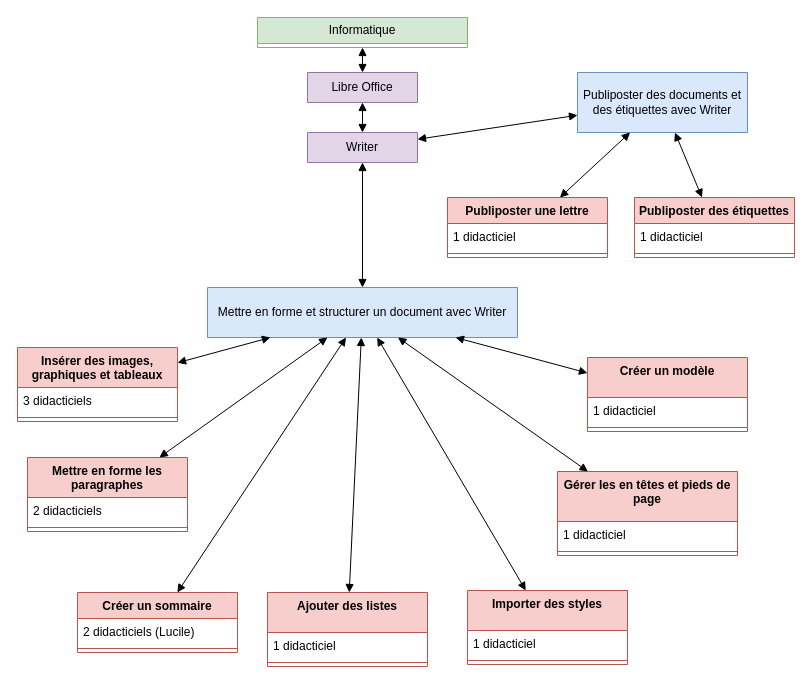
Above: Impress.drawio in jean-seb-2106/pythontest (draw.io), before the change. Source tidied: cells renumbered, new cells numbered last; positions are measured from the earlier drawing's top-left corner, leaving out a move shared by most shapes. Both pictures are drawn from the tidied source at 100%, with x=0, y=0 at pixel (17, 17).
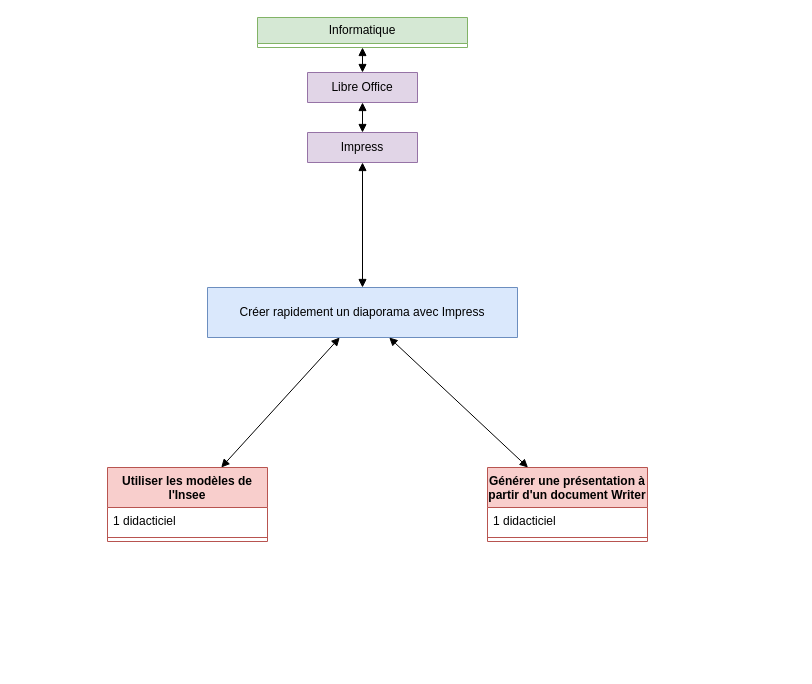
The same page after the edit.

Commit message:
Mettre à jour Impress.drawio

Change to the diagram source:
```diff
@@
-    <mxCell id="2" value="Writer" style="swimlane;fontStyle=0;horizontal=1;startSize=30;fillColor=#e1d5e7;whiteSpace=wrap;html=1;strokeColor=#9673a6;" parent="1" vertex="1" collapsed="1">
+    <mxCell id="2" value="Impress" style="swimlane;fontStyle=0;horizontal=1;startSize=30;fillColor=#e1d5e7;whiteSpace=wrap;html=1;strokeColor=#9673a6;" parent="1" vertex="1" collapsed="1">
       <mxGeometry x="290" y="115" width="110" height="30" as="geometry" />
     </mxCell>
@@
-    <mxCell id="5" value="Publiposter des documents et des étiquettes avec Writer" style="swimlane;fontStyle=0;horizontal=1;startSize=60;fillColor=#dae8fc;whiteSpace=wrap;html=1;strokeColor=#6c8ebf;" parent="1" vertex="1" collapsed="1">
-      <mxGeometry x="560" y="55" width="170" height="60" as="geometry" />
-    </mxCell>
-    <mxCell id="6" style="endArrow=block;startArrow=block;endFill=1;startFill=1;html=1;rounded=0;" parent="1" edge="1" source="2" target="5">
-      <mxGeometry relative="1" as="geometry" />
-    </mxCell>
-    <mxCell id="7" value="Mettre en forme et structurer un document avec Writer" style="swimlane;fontStyle=0;horizontal=1;startSize=50;fillColor=#dae8fc;whiteSpace=wrap;html=1;strokeColor=#6c8ebf;" parent="1" vertex="1" collapsed="1">
+    <mxCell id="7" value="Créer rapidement un diaporama avec Impress" style="swimlane;fontStyle=0;horizontal=1;startSize=50;fillColor=#dae8fc;whiteSpace=wrap;html=1;strokeColor=#6c8ebf;" parent="1" vertex="1" collapsed="1">
       <mxGeometry x="190" y="270" width="310" height="50" as="geometry" />
     </mxCell>
@@
-    <mxCell id="11" style="endArrow=block;startArrow=block;endFill=1;startFill=1;html=1;rounded=0;" parent="1" edge="1" source="5" target="13">
-      <mxGeometry relative="1" as="geometry" />
-    </mxCell>
-    <mxCell id="12" style="endArrow=block;startArrow=block;endFill=1;startFill=1;html=1;rounded=0;" parent="1" edge="1" source="5" target="16">
-      <mxGeometry relative="1" as="geometry" />
-    </mxCell>
-    <mxCell id="13" value="Publiposter une lettre" style="swimlane;fontStyle=1;align=center;verticalAlign=top;horizontal=1;startSize=26;whiteSpace=wrap;html=1;fillColor=#f8cecc;strokeColor=#b85450;" parent="1" vertex="1">
-      <mxGeometry x="430" y="180" width="160" height="60" as="geometry" />
-    </mxCell>
-    <mxCell id="14" value="1 didacticiel" style="text;strokeColor=none;fillColor=none;align=left;verticalAlign=top;spacingLeft=4;spacingRight=4;overflow=hidden;whiteSpace=wrap;html=1;" parent="13" vertex="1">
-      <mxGeometry y="26" width="160" height="26" as="geometry" />
-    </mxCell>
-    <mxCell id="15" style="line;strokeWidth=1;fillColor=none;align=left;verticalAlign=middle;spacingTop=-1;spacingLeft=3;spacingRight=3;labelPosition=right;strokeColor=inherit;" parent="13" vertex="1">
-      <mxGeometry y="52" width="160" height="8" as="geometry" />
-    </mxCell>
-    <mxCell id="16" value="Publiposter des étiquettes" style="swimlane;fontStyle=1;align=center;verticalAlign=top;horizontal=1;startSize=26;whiteSpace=wrap;html=1;fillColor=#f8cecc;strokeColor=#b85450;" parent="1" vertex="1">
-      <mxGeometry x="617" y="180" width="160" height="60" as="geometry" />
-    </mxCell>
-    <mxCell id="17" value="1 didacticiel" style="text;strokeColor=none;fillColor=none;align=left;verticalAlign=top;spacingLeft=4;spacingRight=4;overflow=hidden;whiteSpace=wrap;html=1;" parent="16" vertex="1">
-      <mxGeometry y="26" width="160" height="26" as="geometry" />
-    </mxCell>
-    <mxCell id="18" style="line;strokeWidth=1;fillColor=none;align=left;verticalAlign=middle;spacingTop=-1;spacingLeft=3;spacingRight=3;labelPosition=right;strokeColor=inherit;" parent="16" vertex="1">
-      <mxGeometry y="52" width="160" height="8" as="geometry" />
-    </mxCell>
-    <mxCell id="19" value="Créer un sommaire" style="swimlane;fontStyle=1;align=center;verticalAlign=top;horizontal=1;startSize=26;whiteSpace=wrap;html=1;fillColor=#f8cecc;strokeColor=#b85450;" parent="1" vertex="1">
-      <mxGeometry x="60" y="575" width="160" height="60" as="geometry" />
-    </mxCell>
-    <mxCell id="20" value="2 didacticiels (Lucile)" style="text;strokeColor=none;fillColor=none;align=left;verticalAlign=top;spacingLeft=4;spacingRight=4;overflow=hidden;whiteSpace=wrap;html=1;" parent="19" vertex="1">
-      <mxGeometry y="26" width="160" height="26" as="geometry" />
-    </mxCell>
-    <mxCell id="21" style="line;strokeWidth=1;fillColor=none;align=left;verticalAlign=middle;spacingTop=-1;spacingLeft=3;spacingRight=3;labelPosition=right;strokeColor=inherit;" parent="19" vertex="1">
-      <mxGeometry y="52" width="160" height="8" as="geometry" />
-    </mxCell>
-    <mxCell id="22" value="Mettre en forme les paragraphes" style="swimlane;fontStyle=1;align=center;verticalAlign=top;horizontal=1;startSize=40;whiteSpace=wrap;html=1;fillColor=#f8cecc;strokeColor=#b85450;" parent="1" vertex="1">
-      <mxGeometry x="10" y="440" width="160" height="74" as="geometry" />
+    <mxCell id="22" value="Générer une présentation à partir d'un document Writer" style="swimlane;fontStyle=1;align=center;verticalAlign=top;horizontal=1;startSize=40;whiteSpace=wrap;html=1;fillColor=#f8cecc;strokeColor=#b85450;" parent="1" vertex="1">
+      <mxGeometry x="470" y="450" width="160" height="74" as="geometry" />
     </mxCell>
-    <mxCell id="23" value="2 didacticiels" style="text;strokeColor=none;fillColor=none;align=left;verticalAlign=top;spacingLeft=4;spacingRight=4;overflow=hidden;whiteSpace=wrap;html=1;" parent="22" vertex="1">
+    <mxCell id="23" value="1 didacticiel" style="text;strokeColor=none;fillColor=none;align=left;verticalAlign=top;spacingLeft=4;spacingRight=4;overflow=hidden;whiteSpace=wrap;html=1;" parent="22" vertex="1">
       <mxGeometry y="40" width="160" height="26" as="geometry" />
     </mxCell>
@@
-    <mxCell id="25" value="Créer un modèle" style="swimlane;fontStyle=1;align=center;verticalAlign=top;horizontal=1;startSize=40;whiteSpace=wrap;html=1;fillColor=#f8cecc;strokeColor=#b85450;" parent="1" vertex="1">
-      <mxGeometry x="570" y="340" width="160" height="74" as="geometry" />
-    </mxCell>
-    <mxCell id="26" value="1 didacticiel" style="text;strokeColor=none;fillColor=none;align=left;verticalAlign=top;spacingLeft=4;spacingRight=4;overflow=hidden;whiteSpace=wrap;html=1;" parent="25" vertex="1">
-      <mxGeometry y="40" width="160" height="26" as="geometry" />
-    </mxCell>
-    <mxCell id="27" style="line;strokeWidth=1;fillColor=none;align=left;verticalAlign=middle;spacingTop=-1;spacingLeft=3;spacingRight=3;labelPosition=right;strokeColor=inherit;" parent="25" vertex="1">
-      <mxGeometry y="66" width="160" height="8" as="geometry" />
-    </mxCell>
-    <mxCell id="28" value="Importer des styles" style="swimlane;fontStyle=1;align=center;verticalAlign=top;horizontal=1;startSize=40;whiteSpace=wrap;html=1;fillColor=#f8cecc;strokeColor=#b85450;" parent="1" vertex="1">
-      <mxGeometry x="450" y="573" width="160" height="74" as="geometry" />
-    </mxCell>
-    <mxCell id="29" value="1 didacticiel" style="text;strokeColor=none;fillColor=none;align=left;verticalAlign=top;spacingLeft=4;spacingRight=4;overflow=hidden;whiteSpace=wrap;html=1;" parent="28" vertex="1">
-      <mxGeometry y="40" width="160" height="26" as="geometry" />
-    </mxCell>
-    <mxCell id="30" style="line;strokeWidth=1;fillColor=none;align=left;verticalAlign=middle;spacingTop=-1;spacingLeft=3;spacingRight=3;labelPosition=right;strokeColor=inherit;" parent="28" vertex="1">
-      <mxGeometry y="66" width="160" height="8" as="geometry" />
-    </mxCell>
-    <mxCell id="31" value="Ajouter des listes" style="swimlane;fontStyle=1;align=center;verticalAlign=top;horizontal=1;startSize=40;whiteSpace=wrap;html=1;fillColor=#f8cecc;strokeColor=#b85450;" parent="1" vertex="1">
-      <mxGeometry x="250" y="575" width="160" height="74" as="geometry" />
-    </mxCell>
-    <mxCell id="32" value="1 didacticiel" style="text;strokeColor=none;fillColor=none;align=left;verticalAlign=top;spacingLeft=4;spacingRight=4;overflow=hidden;whiteSpace=wrap;html=1;" parent="31" vertex="1">
-      <mxGeometry y="40" width="160" height="26" as="geometry" />
-    </mxCell>
-    <mxCell id="33" style="line;strokeWidth=1;fillColor=none;align=left;verticalAlign=middle;spacingTop=-1;spacingLeft=3;spacingRight=3;labelPosition=right;strokeColor=inherit;" parent="31" vertex="1">
-      <mxGeometry y="66" width="160" height="8" as="geometry" />
-    </mxCell>
-    <mxCell id="34" value="Gérer les en têtes et pieds de page" style="swimlane;fontStyle=1;align=center;verticalAlign=top;horizontal=1;startSize=50;whiteSpace=wrap;html=1;fillColor=#f8cecc;strokeColor=#b85450;" parent="1" vertex="1">
-      <mxGeometry x="540" y="454" width="180" height="84" as="geometry" />
-    </mxCell>
-    <mxCell id="35" value="1 didacticiel" style="text;strokeColor=none;fillColor=none;align=left;verticalAlign=top;spacingLeft=4;spacingRight=4;overflow=hidden;whiteSpace=wrap;html=1;" parent="34" vertex="1">
-      <mxGeometry y="50" width="180" height="26" as="geometry" />
-    </mxCell>
-    <mxCell id="36" style="line;strokeWidth=1;fillColor=none;align=left;verticalAlign=middle;spacingTop=-1;spacingLeft=3;spacingRight=3;labelPosition=right;strokeColor=inherit;" parent="34" vertex="1">
-      <mxGeometry y="76" width="180" height="8" as="geometry" />
-    </mxCell>
-    <mxCell id="37" value="Insérer des images, graphiques et tableaux" style="swimlane;fontStyle=1;align=center;verticalAlign=top;horizontal=1;startSize=40;whiteSpace=wrap;html=1;fillColor=#f8cecc;strokeColor=#b85450;" parent="1" vertex="1">
-      <mxGeometry y="330" width="160" height="74" as="geometry" />
+    <mxCell id="37" value="Utiliser les modèles de l'Insee" style="swimlane;fontStyle=1;align=center;verticalAlign=top;horizontal=1;startSize=40;whiteSpace=wrap;html=1;fillColor=#f8cecc;strokeColor=#b85450;" parent="1" vertex="1">
+      <mxGeometry x="90" y="450" width="160" height="74" as="geometry" />
     </mxCell>
-    <mxCell id="38" value="3 didacticiels" style="text;strokeColor=none;fillColor=none;align=left;verticalAlign=top;spacingLeft=4;spacingRight=4;overflow=hidden;whiteSpace=wrap;html=1;" parent="37" vertex="1">
+    <mxCell id="38" value="1 didacticiel" style="text;strokeColor=none;fillColor=none;align=left;verticalAlign=top;spacingLeft=4;spacingRight=4;overflow=hidden;whiteSpace=wrap;html=1;" parent="37" vertex="1">
       <mxGeometry y="40" width="160" height="26" as="geometry" />
     </mxCell>
@@
-    <mxCell id="42" style="endArrow=block;startArrow=block;endFill=1;startFill=1;html=1;rounded=0;" parent="1" edge="1" source="7" target="19">
-      <mxGeometry relative="1" as="geometry" />
-    </mxCell>
-    <mxCell id="43" style="endArrow=block;startArrow=block;endFill=1;startFill=1;html=1;rounded=0;" parent="1" edge="1" source="7" target="31">
-      <mxGeometry relative="1" as="geometry" />
-    </mxCell>
-    <mxCell id="44" style="endArrow=block;startArrow=block;endFill=1;startFill=1;html=1;rounded=0;" parent="1" edge="1" source="7" target="28">
-      <mxGeometry relative="1" as="geometry" />
-    </mxCell>
-    <mxCell id="45" style="endArrow=block;startArrow=block;endFill=1;startFill=1;html=1;rounded=0;" parent="1" edge="1" source="7" target="34">
-      <mxGeometry relative="1" as="geometry" />
-    </mxCell>
-    <mxCell id="46" style="endArrow=block;startArrow=block;endFill=1;startFill=1;html=1;rounded=0;" parent="1" edge="1" source="7" target="25">
-      <mxGeometry relative="1" as="geometry" />
-    </mxCell>
```
